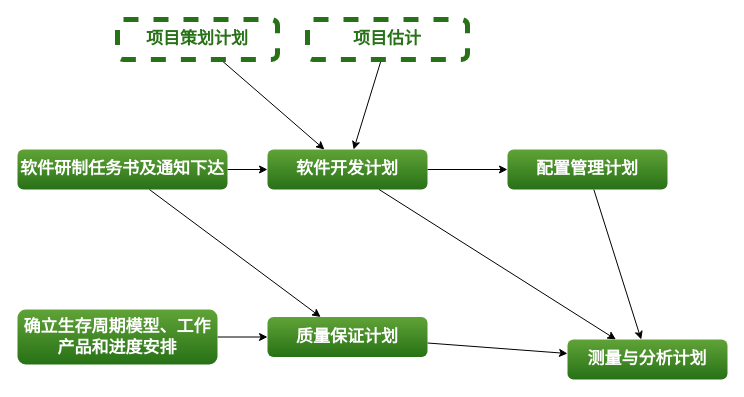
The draw.io diagram 国军标5000A2级管理文档编制流程梳理.drawio in ColonelDarcy2018/excelsior, before the edit. Source tidied: cells renumbered, new cells numbered last; positions are measured from the earlier drawing's top-left corner, leaving out a move shared by most shapes. Both pictures are drawn from the tidied source at 100%, with x=0, y=0 at pixel (17, 19).
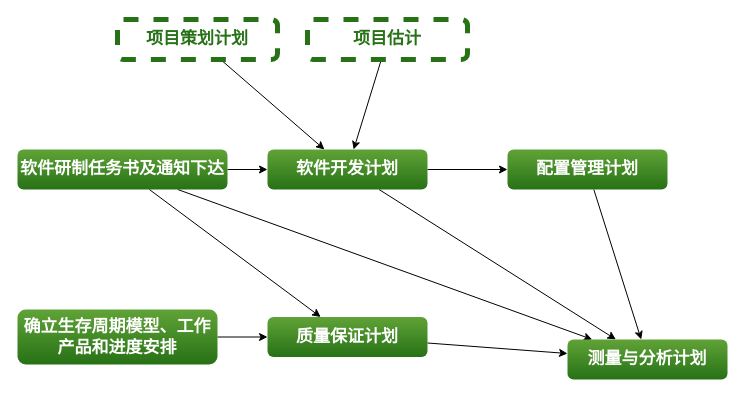
The same diagram, later.

Commit message (it also covers changes not shown here):
Update 国军标5000A2级管理文档编制流程梳理.drawio

What changed in the source:
```diff
@@
 <mxGraphModel>
   <root>
     <mxCell id="0" />
     <mxCell id="1" parent="0" />
     <mxCell id="2" style="edgeStyle=orthogonalEdgeStyle;rounded=0;jettySize=auto;html=1;" parent="1" edge="1" source="4" target="6">
       <mxGeometry relative="1" as="geometry" />
     </mxCell>
     <mxCell id="3" style="edgeStyle=none;rounded=0;jettySize=auto;html=1;" parent="1" edge="1" source="4" target="18">
       <mxGeometry relative="1" as="geometry" />
     </mxCell>
     <mxCell id="4" value="&lt;font color=&quot;#ffffff&quot; style=&quot;font-size: 17px&quot;&gt;软件开发计划&lt;/font&gt;" style="rounded=1;whiteSpace=wrap;html=1;gradientColor=#277116;fillColor=#60A337;fontSize=17;strokeColor=none;fontStyle=1;" parent="1" vertex="1">
       <mxGeometry x="250" y="130" width="160" height="40" as="geometry" />
     </mxCell>
     <mxCell id="5" style="edgeStyle=none;rounded=0;jettySize=auto;html=1;" parent="1" edge="1" source="6" target="18">
       <mxGeometry relative="1" as="geometry" />
     </mxCell>
     <mxCell id="6" value="&lt;font color=&quot;#ffffff&quot; style=&quot;font-size: 17px&quot;&gt;配置管理计划&lt;/font&gt;" style="rounded=1;whiteSpace=wrap;html=1;gradientColor=#277116;fillColor=#60A337;fontSize=17;strokeColor=none;fontStyle=1;" parent="1" vertex="1">
       <mxGeometry x="490" y="130" width="160" height="40" as="geometry" />
     </mxCell>
     <mxCell id="7" style="edgeStyle=none;rounded=0;jettySize=auto;html=1;" parent="1" edge="1" source="8" target="18">
       <mxGeometry relative="1" as="geometry" />
     </mxCell>
     <mxCell id="8" value="&lt;font color=&quot;#ffffff&quot; style=&quot;font-size: 17px&quot;&gt;质量保证计划&lt;/font&gt;" style="rounded=1;whiteSpace=wrap;html=1;gradientColor=#277116;fillColor=#60A337;fontSize=17;strokeColor=none;fontStyle=1;" parent="1" vertex="1">
       <mxGeometry x="250" y="297.5" width="160" height="40" as="geometry" />
     </mxCell>
     <mxCell id="9" style="edgeStyle=orthogonalEdgeStyle;rounded=0;jettySize=auto;html=1;" parent="1" edge="1" source="10" target="8">
       <mxGeometry relative="1" as="geometry" />
     </mxCell>
     <mxCell id="10" value="&lt;font color=&quot;#ffffff&quot; style=&quot;font-size: 17px&quot;&gt;确立生存周期模型、工作产品和进度安排&lt;/font&gt;" style="rounded=1;whiteSpace=wrap;html=1;gradientColor=#277116;fillColor=#60A337;fontSize=17;strokeColor=none;fontStyle=1;" parent="1" vertex="1">
       <mxGeometry y="290" width="200" height="55" as="geometry" />
     </mxCell>
     <mxCell id="11" style="edgeStyle=orthogonalEdgeStyle;rounded=0;jettySize=auto;html=1;" parent="1" edge="1" source="13" target="4">
       <mxGeometry relative="1" as="geometry" />
     </mxCell>
     <mxCell id="12" style="rounded=0;jettySize=auto;html=1;" parent="1" edge="1" source="13" target="8">
       <mxGeometry relative="1" as="geometry" />
     </mxCell>
+    <mxCell id="19" style="edgeStyle=none;rounded=0;jettySize=auto;html=1;" parent="1" edge="1" source="13" target="18">
+      <mxGeometry relative="1" as="geometry" />
+    </mxCell>
     <mxCell id="13" value="&lt;font color=&quot;#ffffff&quot; style=&quot;font-size: 17px&quot;&gt;软件研制任务书及通知下达&lt;/font&gt;" style="rounded=1;whiteSpace=wrap;html=1;gradientColor=#277116;fillColor=#60A337;fontSize=17;strokeColor=none;fontStyle=1;" parent="1" vertex="1">
       <mxGeometry y="130" width="210" height="40" as="geometry" />
     </mxCell>
     <mxCell id="14" style="edgeStyle=none;rounded=0;jettySize=auto;html=1;" parent="1" edge="1" source="15" target="4">
       <mxGeometry relative="1" as="geometry" />
     </mxCell>
     <mxCell id="15" value="&lt;font color=&quot;#277116&quot;&gt;项目策划计划&lt;/font&gt;" style="rounded=1;whiteSpace=wrap;html=1;fontSize=17;fontStyle=1;strokeWidth=5;dashed=1;strokeColor=#277116;" parent="1" vertex="1">
       <mxGeometry x="100" width="160" height="40" as="geometry" />
     </mxCell>
     <mxCell id="16" style="edgeStyle=none;rounded=0;jettySize=auto;html=1;" parent="1" edge="1" source="17" target="4">
       <mxGeometry relative="1" as="geometry" />
     </mxCell>
     <mxCell id="17" value="&lt;font color=&quot;#277116&quot;&gt;项目估计&lt;/font&gt;" style="rounded=1;whiteSpace=wrap;html=1;fontSize=17;fontStyle=1;strokeWidth=5;dashed=1;strokeColor=#277116;" parent="1" vertex="1">
       <mxGeometry x="290" width="160" height="40" as="geometry" />
     </mxCell>
     <mxCell id="18" value="&lt;font color=&quot;#ffffff&quot;&gt;测量与分析计划&lt;/font&gt;" style="rounded=1;whiteSpace=wrap;html=1;gradientColor=#277116;fillColor=#60A337;fontSize=17;strokeColor=none;fontStyle=1;" parent="1" vertex="1">
       <mxGeometry x="550" y="320" width="160" height="40" as="geometry" />
     </mxCell>
   </root>
 </mxGraphModel>
```
